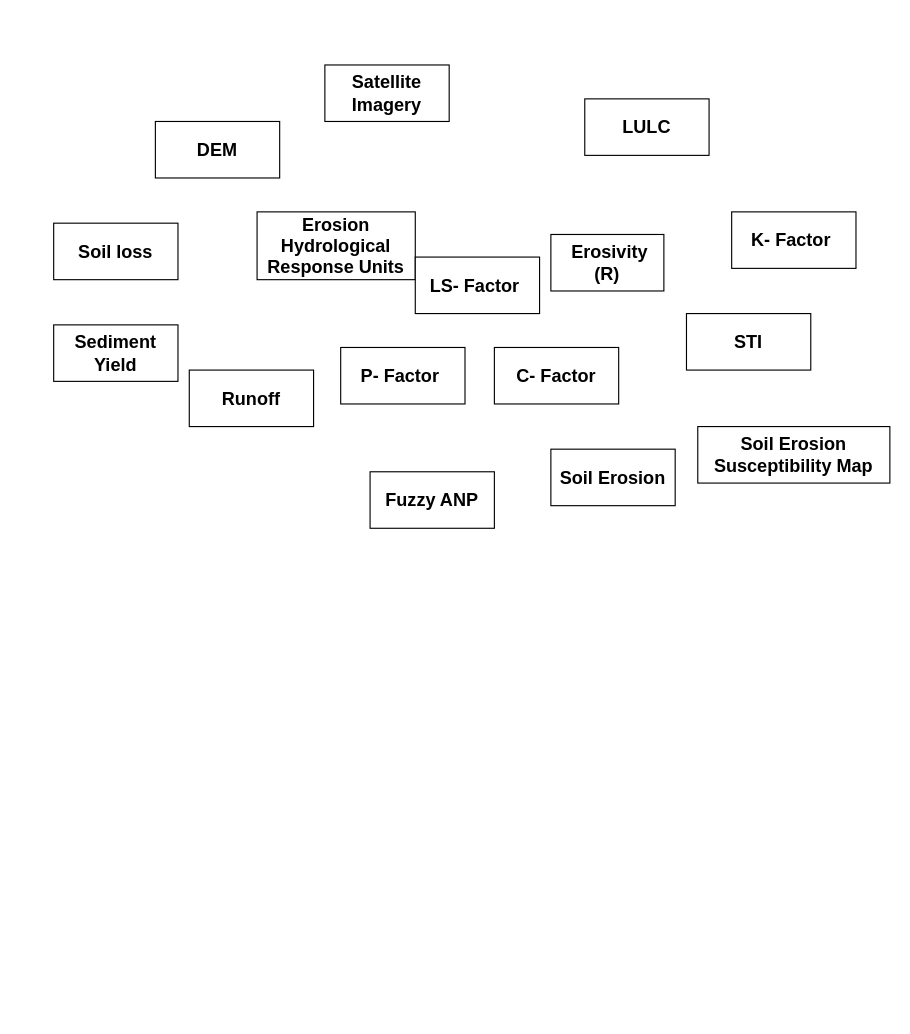
The draw.io diagram objective 1.drawio in yemioke/PRISMA2020, before the edit. Source tidied: cells renumbered, new cells numbered last; positions are measured from the earlier drawing's top-left corner, leaving out a move shared by most shapes. Both pictures are drawn from the tidied source at 113%, with x=0, y=0 at pixel (53, 64).
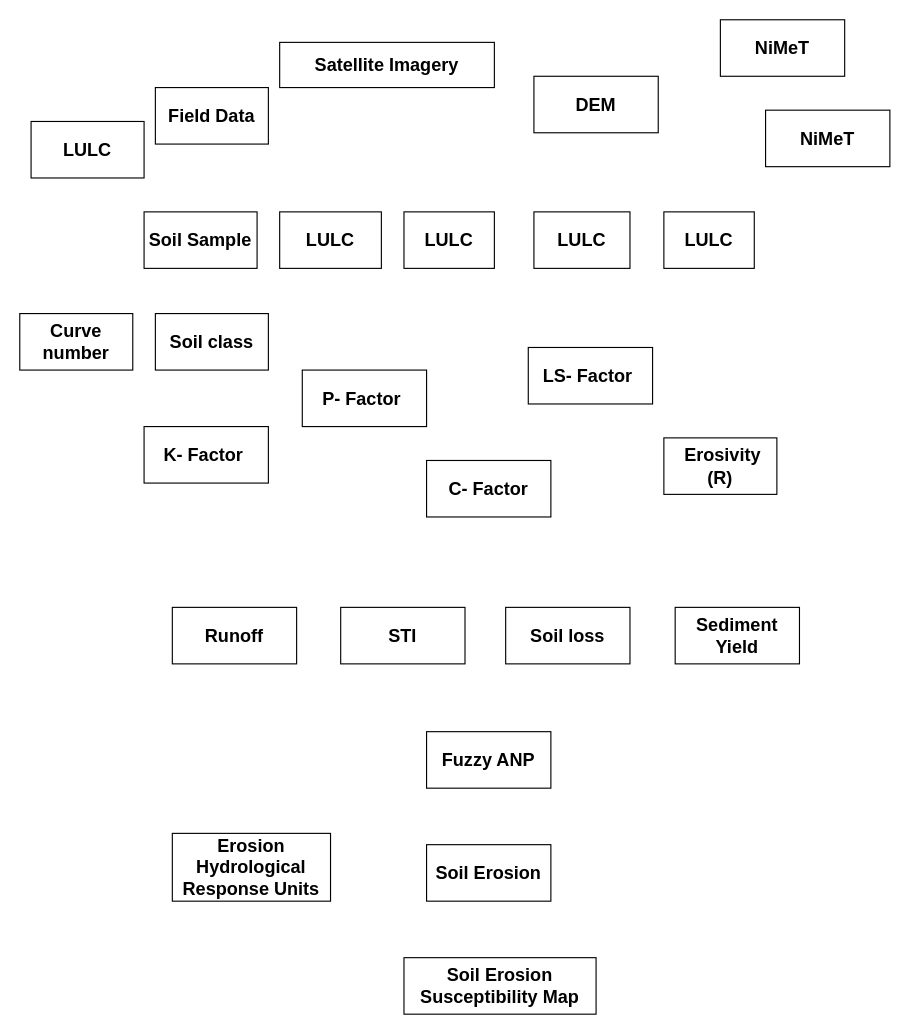
The same diagram, later.

The edit, as a diff of the source:
```diff
@@
     <mxCell id="2" value="&lt;b&gt;&lt;font style=&quot;font-size: 16px;&quot;&gt;DEM&lt;/font&gt;&lt;/b&gt;" style="rounded=0;whiteSpace=wrap;html=1;" parent="1" vertex="1">
-      <mxGeometry x="90" y="50" width="110" height="50" as="geometry" />
+      <mxGeometry x="425" y="10" width="110" height="50" as="geometry" />
     </mxCell>
     <mxCell id="3" value="&lt;b&gt;&lt;font style=&quot;font-size: 16px;&quot;&gt;Satellite Imagery&lt;/font&gt;&lt;/b&gt;" style="rounded=0;whiteSpace=wrap;html=1;" parent="1" vertex="1">
-      <mxGeometry x="240" width="110" height="50" as="geometry" />
+      <mxGeometry x="200" y="-20" width="190" height="40" as="geometry" />
     </mxCell>
     <mxCell id="4" value="&lt;b&gt;&lt;font style=&quot;font-size: 16px;&quot;&gt;Erosion Hydrological Response Units&lt;/font&gt;&lt;/b&gt;" style="rounded=0;whiteSpace=wrap;html=1;" parent="1" vertex="1">
-      <mxGeometry x="180" y="130" width="140" height="60" as="geometry" />
+      <mxGeometry x="105" y="680" width="140" height="60" as="geometry" />
     </mxCell>
     <mxCell id="5" value="&lt;b&gt;&lt;font style=&quot;font-size: 16px;&quot;&gt;Soil loss&lt;/font&gt;&lt;/b&gt;" style="rounded=0;whiteSpace=wrap;html=1;" parent="1" vertex="1">
-      <mxGeometry y="140" width="110" height="50" as="geometry" />
+      <mxGeometry x="400" y="480" width="110" height="50" as="geometry" />
     </mxCell>
     <mxCell id="6" value="&lt;b&gt;&lt;font style=&quot;font-size: 16px;&quot;&gt;STI&lt;/font&gt;&lt;/b&gt;" style="rounded=0;whiteSpace=wrap;html=1;" parent="1" vertex="1">
-      <mxGeometry x="560" y="220" width="110" height="50" as="geometry" />
+      <mxGeometry x="254" y="480" width="110" height="50" as="geometry" />
     </mxCell>
     <mxCell id="7" value="&lt;b&gt;&lt;font style=&quot;font-size: 16px;&quot;&gt;&amp;nbsp;Erosivity (R)&lt;/font&gt;&lt;/b&gt;" style="rounded=0;whiteSpace=wrap;html=1;" parent="1" vertex="1">
-      <mxGeometry x="440" y="150" width="100" height="50" as="geometry" />
+      <mxGeometry x="540" y="330" width="100" height="50" as="geometry" />
     </mxCell>
     <mxCell id="8" value="&lt;b&gt;&lt;font style=&quot;font-size: 16px;&quot;&gt;LULC&lt;/font&gt;&lt;/b&gt;" style="rounded=0;whiteSpace=wrap;html=1;" parent="1" vertex="1">
-      <mxGeometry x="470" y="30" width="110" height="50" as="geometry" />
+      <mxGeometry x="200" y="130" width="90" height="50" as="geometry" />
     </mxCell>
     <mxCell id="9" value="&lt;b&gt;&lt;font style=&quot;font-size: 16px;&quot;&gt;C- Factor&lt;/font&gt;&lt;/b&gt;" style="rounded=0;whiteSpace=wrap;html=1;" parent="1" vertex="1">
-      <mxGeometry x="390" y="250" width="110" height="50" as="geometry" />
+      <mxGeometry x="330" y="350" width="110" height="50" as="geometry" />
     </mxCell>
     <mxCell id="10" value="&lt;span style=&quot;font-size: 16px;&quot;&gt;&lt;b&gt;Runoff&lt;/b&gt;&lt;/span&gt;" style="rounded=0;whiteSpace=wrap;html=1;" parent="1" vertex="1">
-      <mxGeometry x="120" y="270" width="110" height="50" as="geometry" />
+      <mxGeometry x="105" y="480" width="110" height="50" as="geometry" />
     </mxCell>
     <mxCell id="11" value="&lt;b&gt;&lt;font style=&quot;font-size: 16px;&quot;&gt;P- Factor&amp;nbsp;&lt;/font&gt;&lt;/b&gt;" style="rounded=0;whiteSpace=wrap;html=1;" parent="1" vertex="1">
-      <mxGeometry x="254" y="250" width="110" height="50" as="geometry" />
+      <mxGeometry x="220" y="270" width="110" height="50" as="geometry" />
     </mxCell>
     <mxCell id="12" value="&lt;span style=&quot;font-size: 16px;&quot;&gt;&lt;b&gt;Sediment Yield&lt;/b&gt;&lt;/span&gt;" style="rounded=0;whiteSpace=wrap;html=1;" parent="1" vertex="1">
-      <mxGeometry y="230" width="110" height="50" as="geometry" />
+      <mxGeometry x="550" y="480" width="110" height="50" as="geometry" />
     </mxCell>
     <mxCell id="13" value="&lt;b&gt;&lt;font style=&quot;font-size: 16px;&quot;&gt;Fuzzy ANP&lt;/font&gt;&lt;/b&gt;" style="rounded=0;whiteSpace=wrap;html=1;" parent="1" vertex="1">
-      <mxGeometry x="280" y="360" width="110" height="50" as="geometry" />
+      <mxGeometry x="330" y="590" width="110" height="50" as="geometry" />
     </mxCell>
     <mxCell id="14" value="&lt;b&gt;&lt;font style=&quot;font-size: 16px;&quot;&gt;Soil Erosion&lt;/font&gt;&lt;/b&gt;" style="rounded=0;whiteSpace=wrap;html=1;" parent="1" vertex="1">
-      <mxGeometry x="440" y="340" width="110" height="50" as="geometry" />
+      <mxGeometry x="330" y="690" width="110" height="50" as="geometry" />
     </mxCell>
     <mxCell id="15" value="&lt;b&gt;&lt;font style=&quot;font-size: 16px;&quot;&gt;Soil Erosion Susceptibility Map&lt;/font&gt;&lt;/b&gt;" style="rounded=0;whiteSpace=wrap;html=1;" parent="1" vertex="1">
-      <mxGeometry x="570" y="320" width="170" height="50" as="geometry" />
+      <mxGeometry x="310" y="790" width="170" height="50" as="geometry" />
     </mxCell>
     <mxCell id="16" value="&lt;b&gt;&lt;font style=&quot;font-size: 16px;&quot;&gt;K- Factor&amp;nbsp;&lt;/font&gt;&lt;/b&gt;" style="rounded=0;whiteSpace=wrap;html=1;" parent="1" vertex="1">
-      <mxGeometry x="600" y="130" width="110" height="50" as="geometry" />
+      <mxGeometry x="80" y="320" width="110" height="50" as="geometry" />
     </mxCell>
     <mxCell id="17" value="&lt;b&gt;&lt;font style=&quot;font-size: 16px;&quot;&gt;LS- Factor&amp;nbsp;&lt;/font&gt;&lt;/b&gt;" style="rounded=0;whiteSpace=wrap;html=1;" parent="1" vertex="1">
-      <mxGeometry x="320" y="170" width="110" height="50" as="geometry" />
+      <mxGeometry x="420" y="250" width="110" height="50" as="geometry" />
     </mxCell>
+    <mxCell id="18" value="&lt;b&gt;&lt;font style=&quot;font-size: 16px;&quot;&gt;LULC&lt;/font&gt;&lt;/b&gt;" style="rounded=0;whiteSpace=wrap;html=1;" parent="1" vertex="1">
+      <mxGeometry x="310" y="130" width="80" height="50" as="geometry" />
+    </mxCell>
+    <mxCell id="19" value="&lt;b&gt;&lt;font style=&quot;font-size: 16px;&quot;&gt;LULC&lt;/font&gt;&lt;/b&gt;" style="rounded=0;whiteSpace=wrap;html=1;" parent="1" vertex="1">
+      <mxGeometry x="425" y="130" width="85" height="50" as="geometry" />
+    </mxCell>
+    <mxCell id="20" value="&lt;b&gt;&lt;font style=&quot;font-size: 16px;&quot;&gt;LULC&lt;/font&gt;&lt;/b&gt;" style="rounded=0;whiteSpace=wrap;html=1;" parent="1" vertex="1">
+      <mxGeometry x="540" y="130" width="80" height="50" as="geometry" />
+    </mxCell>
+    <mxCell id="21" value="&lt;b&gt;&lt;font style=&quot;font-size: 16px;&quot;&gt;NiMeT&lt;/font&gt;&lt;/b&gt;" style="rounded=0;whiteSpace=wrap;html=1;" parent="1" vertex="1">
+      <mxGeometry x="590" y="-40" width="110" height="50" as="geometry" />
+    </mxCell>
+    <mxCell id="22" value="&lt;b&gt;&lt;font style=&quot;font-size: 16px;&quot;&gt;NiMeT&lt;/font&gt;&lt;/b&gt;" style="rounded=0;whiteSpace=wrap;html=1;" parent="1" vertex="1">
+      <mxGeometry x="630" y="40" width="110" height="50" as="geometry" />
+    </mxCell>
+    <mxCell id="23" value="&lt;b&gt;&lt;font style=&quot;font-size: 16px;&quot;&gt;Field Data&lt;/font&gt;&lt;/b&gt;" style="rounded=0;whiteSpace=wrap;html=1;" parent="1" vertex="1">
+      <mxGeometry x="90" y="20" width="100" height="50" as="geometry" />
+    </mxCell>
+    <mxCell id="24" value="&lt;b&gt;&lt;font style=&quot;font-size: 16px;&quot;&gt;LULC&lt;/font&gt;&lt;/b&gt;" style="rounded=0;whiteSpace=wrap;html=1;" parent="1" vertex="1">
+      <mxGeometry x="-20" y="50" width="100" height="50" as="geometry" />
+    </mxCell>
+    <mxCell id="25" value="&lt;b&gt;&lt;font style=&quot;font-size: 16px;&quot;&gt;Soil Sample&lt;/font&gt;&lt;/b&gt;" style="rounded=0;whiteSpace=wrap;html=1;" parent="1" vertex="1">
+      <mxGeometry x="80" y="130" width="100" height="50" as="geometry" />
+    </mxCell>
+    <mxCell id="26" value="&lt;b&gt;&lt;font style=&quot;font-size: 16px;&quot;&gt;Soil class&lt;/font&gt;&lt;/b&gt;" style="rounded=0;whiteSpace=wrap;html=1;" parent="1" vertex="1">
+      <mxGeometry x="90" y="220" width="100" height="50" as="geometry" />
+    </mxCell>
+    <mxCell id="27" value="&lt;b&gt;&lt;font style=&quot;font-size: 16px;&quot;&gt;Curve number&lt;/font&gt;&lt;/b&gt;" style="rounded=0;whiteSpace=wrap;html=1;" parent="1" vertex="1">
+      <mxGeometry x="-30" y="220" width="100" height="50" as="geometry" />
+    </mxCell>
```
